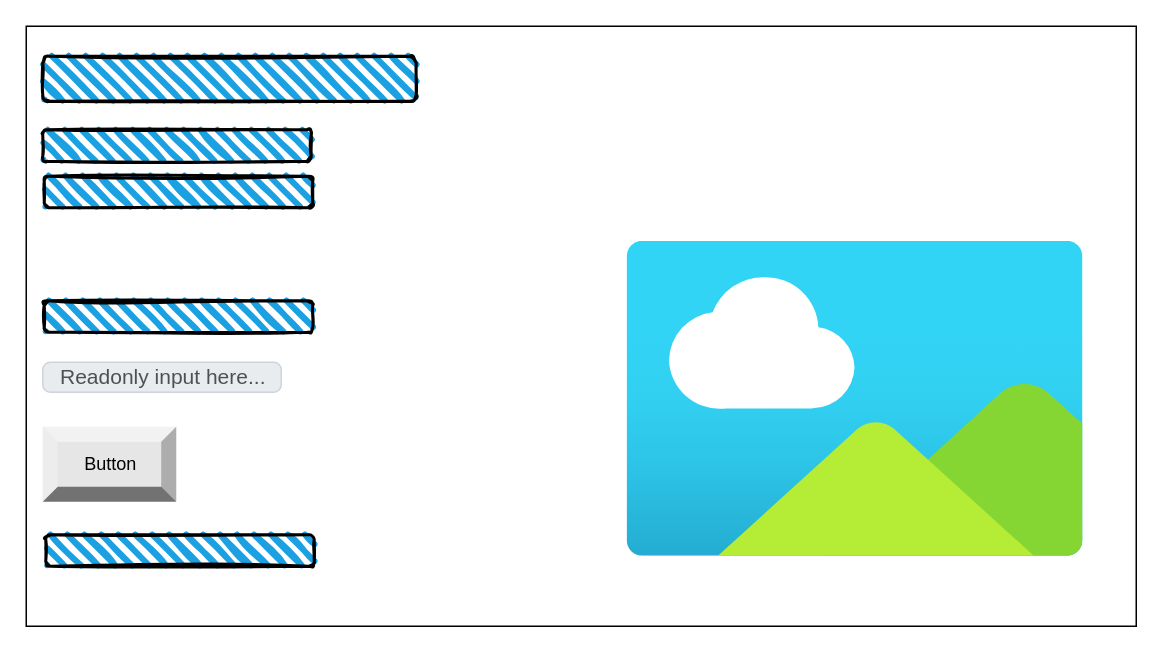
Earlier version of the draw.io diagram page "Page-2" (2 of 2) of design/story-board.drawio (ekaterina-chernykh/ICS20-Unit-6-02). Source tidied: cells renumbered, new cells numbered last; positions are measured from the earlier drawing's top-left corner, leaving out a move shared by most shapes. Both pictures are drawn from the tidied source at 150%, with x=0, y=0 at pixel (26, 26).
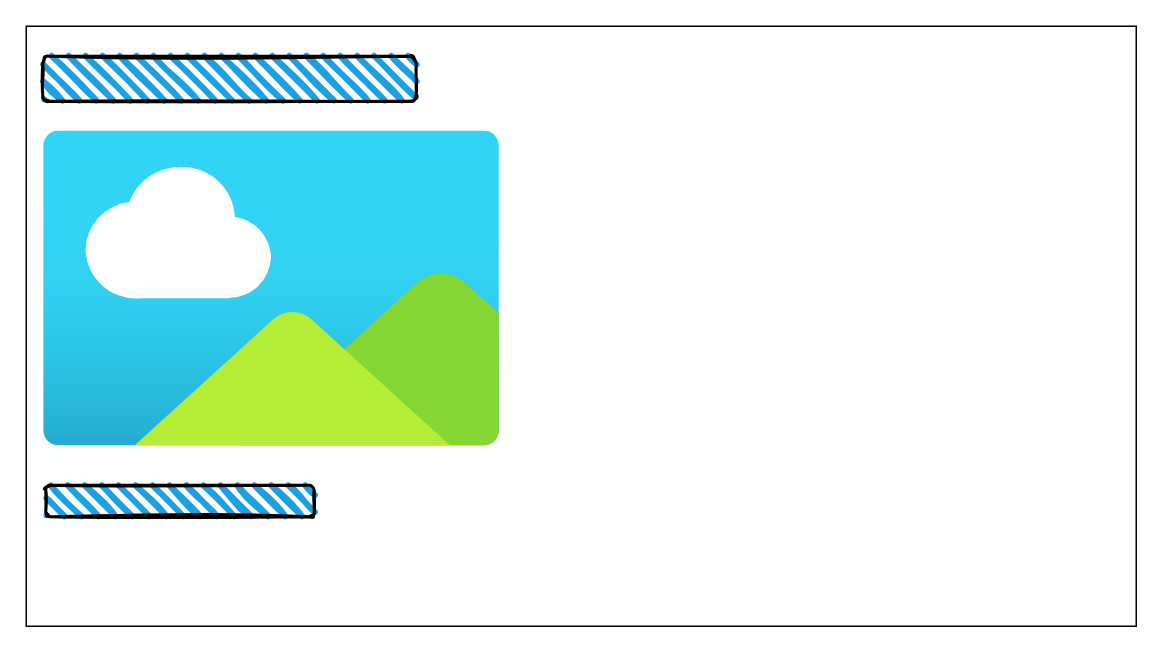
After the change.

The edit, as a diff of the source:
```diff
@@
 <mxGraphModel>
   <root>
     <mxCell id="0" />
     <mxCell id="1" parent="0" />
     <mxCell id="2" style="rounded=0;whiteSpace=wrap;html=1;" parent="1" vertex="1">
       <mxGeometry width="740" height="400" as="geometry" />
     </mxCell>
     <mxCell id="3" style="rounded=1;whiteSpace=wrap;html=1;strokeWidth=2;fillWeight=4;hachureGap=8;hachureAngle=45;fillColor=#1ba1e2;sketch=1;" parent="1" vertex="1">
       <mxGeometry x="11" y="20" width="249" height="30" as="geometry" />
     </mxCell>
-    <mxCell id="4" style="rounded=1;whiteSpace=wrap;html=1;strokeWidth=2;fillWeight=4;hachureGap=8;hachureAngle=45;fillColor=#1ba1e2;sketch=1;" parent="1" vertex="1">
-      <mxGeometry x="12" y="100" width="179" height="21" as="geometry" />
-    </mxCell>
-    <mxCell id="5" style="rounded=1;whiteSpace=wrap;html=1;strokeWidth=2;fillWeight=4;hachureGap=8;hachureAngle=45;fillColor=#1ba1e2;sketch=1;" parent="1" vertex="1">
-      <mxGeometry x="11" y="69" width="179" height="21" as="geometry" />
-    </mxCell>
-    <mxCell id="6" style="rounded=1;whiteSpace=wrap;html=1;strokeWidth=2;fillWeight=4;hachureGap=8;hachureAngle=45;fillColor=#1ba1e2;sketch=1;" parent="1" vertex="1">
-      <mxGeometry x="12" y="183" width="179" height="21" as="geometry" />
-    </mxCell>
-    <mxCell id="7" value="Readonly input here..." style="html=1;shadow=0;dashed=0;shape=mxgraph.bootstrap.rrect;rSize=5;strokeColor=#CED4DA;strokeWidth=1;fillColor=#E9ECEF;fontColor=#505050;whiteSpace=wrap;align=left;verticalAlign=middle;spacingLeft=10;fontSize=14;" parent="1" vertex="1">
-      <mxGeometry x="11" y="224" width="159" height="20" as="geometry" />
-    </mxCell>
-    <mxCell id="8" value="Button" style="labelPosition=center;verticalLabelPosition=middle;align=center;html=1;shape=mxgraph.basic.shaded_button;dx=10;fillColor=#E6E6E6;strokeColor=none;" parent="1" vertex="1">
-      <mxGeometry x="11" y="267" width="89" height="50" as="geometry" />
-    </mxCell>
     <mxCell id="9" style="html=1;align=center;image;fontSize=12;image=img/lib/azure2/general/Image.svg;fillColor=#BA6D07;" parent="1" vertex="1">
-      <mxGeometry x="400" y="143.5" width="305.4" height="210" as="geometry" />
+      <mxGeometry x="11" y="70" width="305.4" height="210" as="geometry" />
     </mxCell>
     <mxCell id="10" style="rounded=1;whiteSpace=wrap;html=1;strokeWidth=2;fillWeight=4;hachureGap=8;hachureAngle=45;fillColor=#1ba1e2;sketch=1;" parent="1" vertex="1">
-      <mxGeometry x="13" y="339" width="179" height="21" as="geometry" />
+      <mxGeometry x="13" y="306" width="179" height="21" as="geometry" />
     </mxCell>
   </root>
 </mxGraphModel>
```
